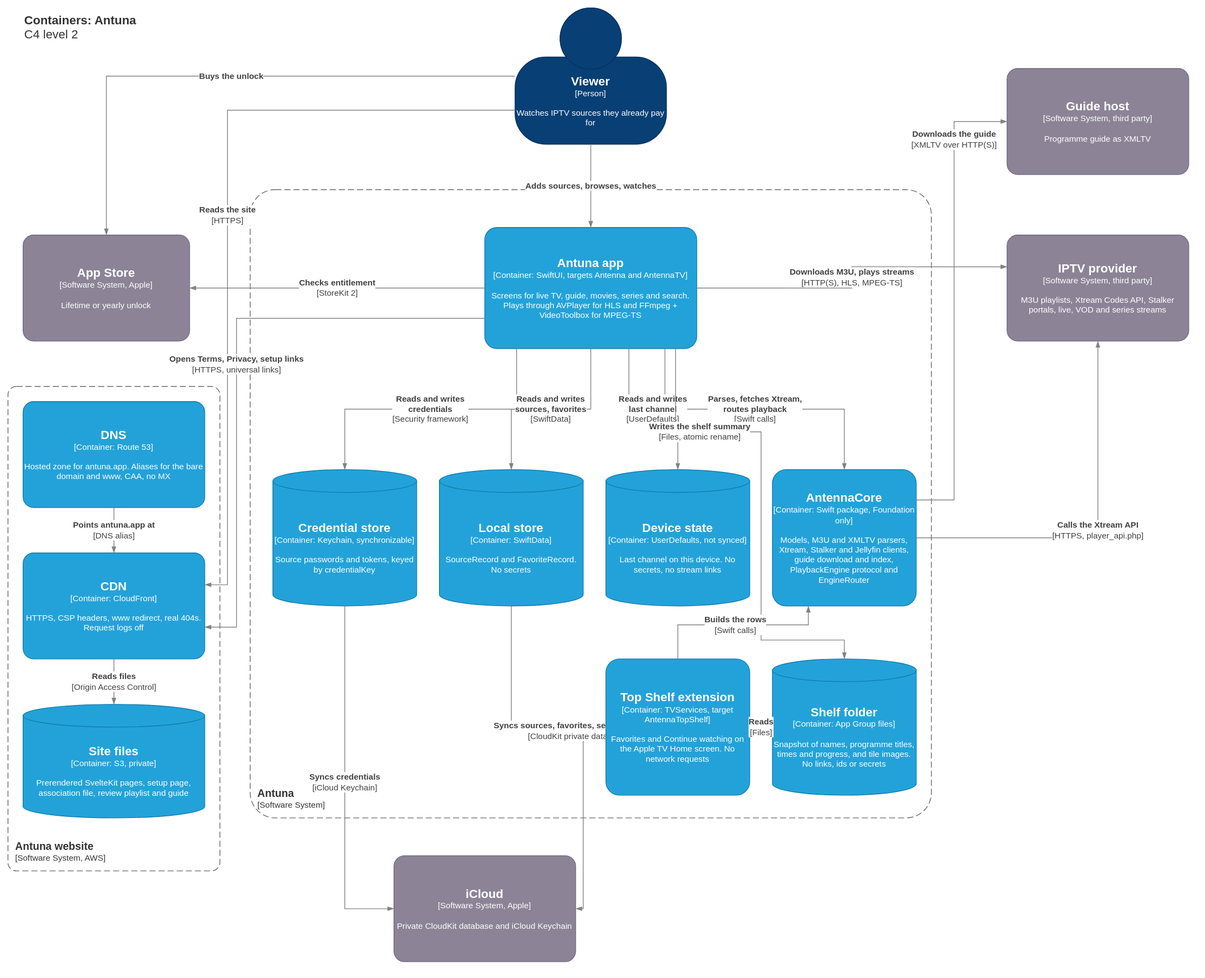
Above: docs/architecture/c4-container.drawio.svg in OlofLoov/antenna (draw.io), before the change. Source tidied: cells renumbered, new cells last; positions are measured from the earlier drawing's top-left corner, leaving out a move shared by most shapes.
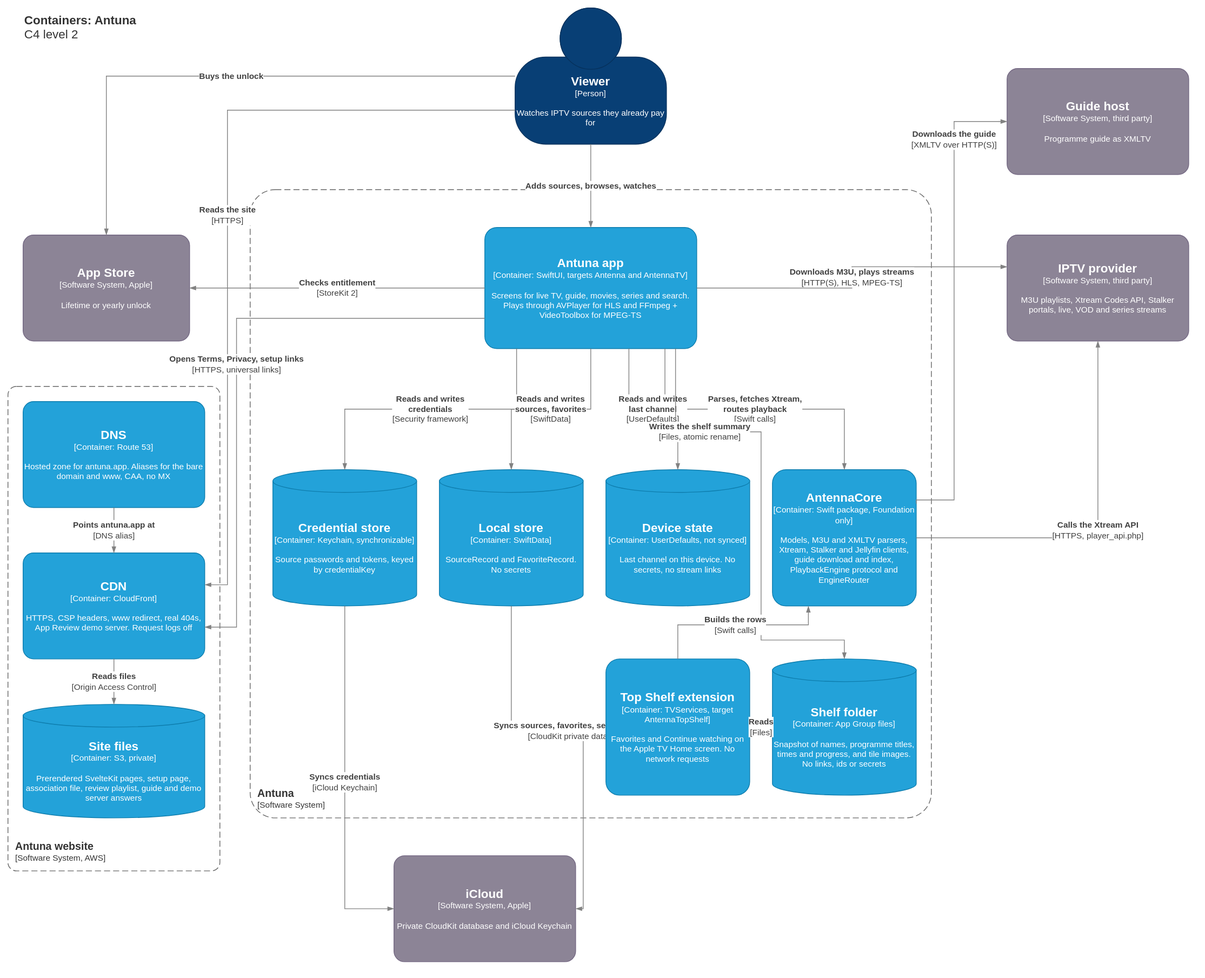
The same file after the commit.

What changed in the source:
```diff
@@ -112,10 +112,10 @@
     <mxCell id="32" value="&lt;font style='font-size:16px'&gt;&lt;b&gt;DNS&lt;/b&gt;&lt;/font&gt;&lt;div&gt;[Container: Route 53]&lt;/div&gt;&lt;br&gt;&lt;div&gt;Hosted zone for antuna.app. Aliases for the bare domain and www, CAA, no MX&lt;/div&gt;" style="rounded=1;whiteSpace=wrap;html=1;labelBackgroundColor=none;fillColor=#23A2D9;fontColor=#ffffff;align=center;arcSize=10;strokeColor=#0E7DAD;fontSize=11;" parent="1" vertex="1">
       <mxGeometry x="20" y="520" width="240" height="140" as="geometry" />
     </mxCell>
-    <mxCell id="33" value="&lt;font style='font-size:16px'&gt;&lt;b&gt;CDN&lt;/b&gt;&lt;/font&gt;&lt;div&gt;[Container: CloudFront]&lt;/div&gt;&lt;br&gt;&lt;div&gt;HTTPS, CSP headers, www redirect, real 404s. Request logs off&lt;/div&gt;" style="rounded=1;whiteSpace=wrap;html=1;labelBackgroundColor=none;fillColor=#23A2D9;fontColor=#ffffff;align=center;arcSize=10;strokeColor=#0E7DAD;fontSize=11;" parent="1" vertex="1">
+    <mxCell id="33" value="&lt;font style='font-size:16px'&gt;&lt;b&gt;CDN&lt;/b&gt;&lt;/font&gt;&lt;div&gt;[Container: CloudFront]&lt;/div&gt;&lt;br&gt;&lt;div&gt;HTTPS, CSP headers, www redirect, real 404s, App Review demo server. Request logs off&lt;/div&gt;" style="rounded=1;whiteSpace=wrap;html=1;labelBackgroundColor=none;fillColor=#23A2D9;fontColor=#ffffff;align=center;arcSize=10;strokeColor=#0E7DAD;fontSize=11;" parent="1" vertex="1">
       <mxGeometry x="20" y="720" width="240" height="140" as="geometry" />
     </mxCell>
-    <mxCell id="34" value="&lt;font style='font-size:16px'&gt;&lt;b&gt;Site files&lt;/b&gt;&lt;/font&gt;&lt;div&gt;[Container: S3, private]&lt;/div&gt;&lt;br&gt;&lt;div&gt;Prerendered SvelteKit pages, setup page, association file, review playlist and guide&lt;/div&gt;" style="shape=cylinder3;size=15;boundedLbl=1;whiteSpace=wrap;html=1;labelBackgroundColor=none;fillColor=#23A2D9;fontColor=#ffffff;align=center;strokeColor=#0E7DAD;fontSize=11;" parent="1" vertex="1">
+    <mxCell id="34" value="&lt;font style='font-size:16px'&gt;&lt;b&gt;Site files&lt;/b&gt;&lt;/font&gt;&lt;div&gt;[Container: S3, private]&lt;/div&gt;&lt;br&gt;&lt;div&gt;Prerendered SvelteKit pages, setup page, association file, review playlist, guide and demo server answers&lt;/div&gt;" style="shape=cylinder3;size=15;boundedLbl=1;whiteSpace=wrap;html=1;labelBackgroundColor=none;fillColor=#23A2D9;fontColor=#ffffff;align=center;strokeColor=#0E7DAD;fontSize=11;" parent="1" vertex="1">
       <mxGeometry x="20" y="920" width="240" height="150" as="geometry" />
     </mxCell>
     <mxCell id="35" value="&lt;b&gt;Points antuna.app at&lt;/b&gt;&lt;div&gt;[DNS alias]&lt;/div&gt;" style="endArrow=blockThin;html=1;fontSize=11;fontColor=#404040;endFill=1;strokeColor=#828282;edgeStyle=orthogonalEdgeStyle;rounded=0;labelBackgroundColor=#ffffff;" parent="1" edge="1" source="32" target="33">
```
